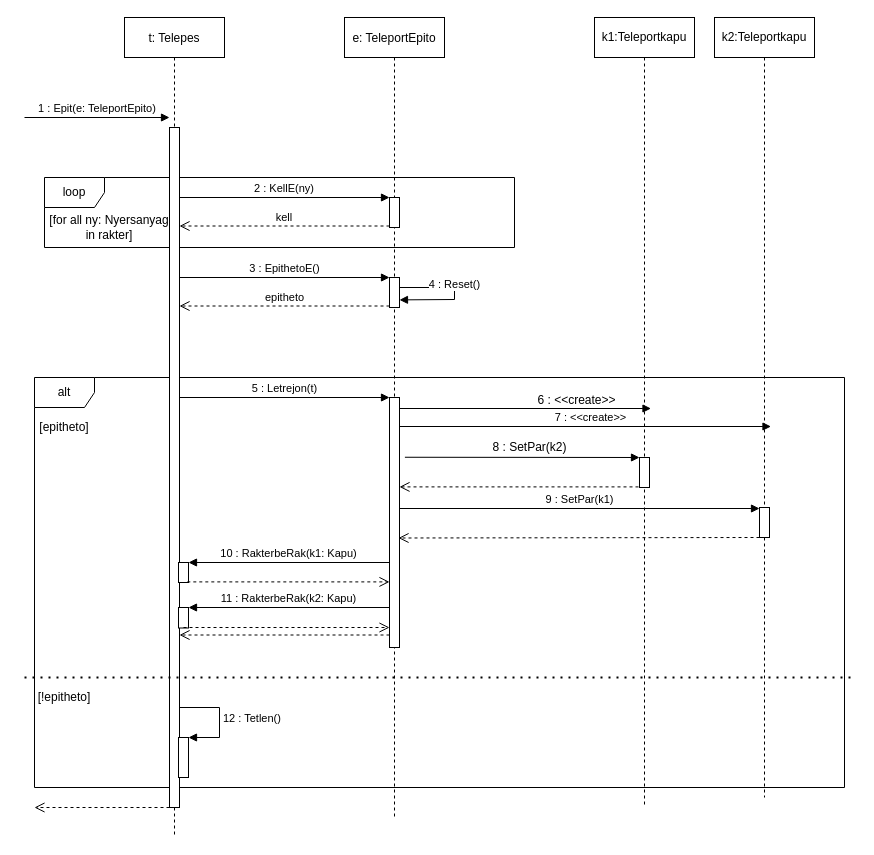
The draw.io diagram page "Page-1" (1 of 2) of doc/uml/szekvencia_teleportEpit.drawio in torpeBoiGo/aszteroidabanyaszat, before the edit. Source tidied: cells renumbered, new cells numbered last; positions are measured from the earlier drawing's top-left corner, leaving out a move shared by most shapes. Both pictures are drawn from the tidied source at 100%, with x=0, y=0 at pixel (24, 17).
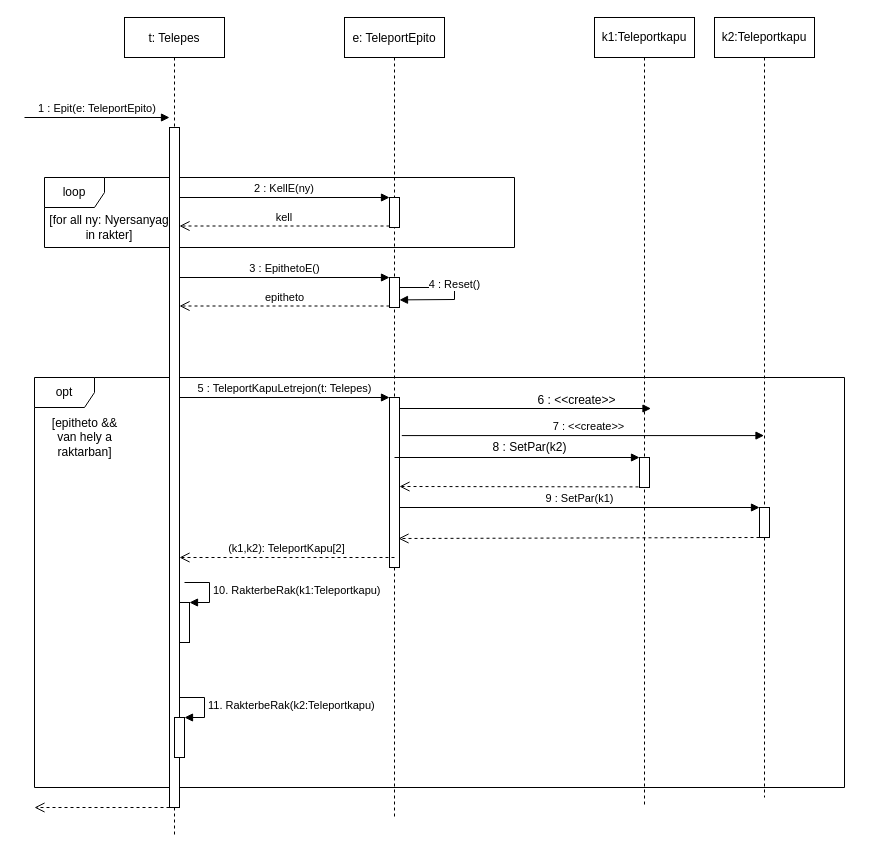
Above is the later version.

Commit message (it also covers changes not shown here):
Update szekvencia_teleportEpit.drawio: teleportkapuletrejon(), tetlen torlese

The change refers to these unchanged cells:
```xml
<mxCell id="5" value="t: Telepes" style="shape=umlLifeline;perimeter=lifelinePerimeter;rounded=0;shadow=0;strokeWidth=1;" parent="1" vertex="1">
  <mxGeometry x="100" width="100" height="820" as="geometry" />
</mxCell>
<mxCell id="6" style="html=1;points=[];perimeter=orthogonalPerimeter;" parent="5" vertex="1">
  <mxGeometry x="45" y="110" width="10" height="680" as="geometry" />
</mxCell>
<mxCell id="11" value="e: TeleportEpito" style="shape=umlLifeline;perimeter=lifelinePerimeter;rounded=0;shadow=0;strokeWidth=1;" parent="1" vertex="1">
  <mxGeometry x="320" width="100" height="800" as="geometry" />
</mxCell>
<mxCell id="29" style="html=1;points=[];perimeter=orthogonalPerimeter;" parent="28" vertex="1">
  <mxGeometry x="45" y="440" width="10" height="30" as="geometry" />
</mxCell>
<mxCell id="30" value="k2:Teleportkapu" style="shape=umlLifeline;perimeter=lifelinePerimeter;whiteSpace=wrap;html=1;outlineConnect=0;" parent="1" vertex="1">
  <mxGeometry x="690" width="100" height="780" as="geometry" />
</mxCell>
<mxCell id="40" style="html=1;points=[];perimeter=orthogonalPerimeter;" parent="1" vertex="1">
  <mxGeometry x="735" y="490" width="10" height="30" as="geometry" />
</mxCell>
```

Diff of the diagram source:
```diff
@@
-    <mxCell id="2" value="alt" style="shape=umlFrame;whiteSpace=wrap;html=1;" parent="1" vertex="1">
+    <mxCell id="2" value="opt" style="shape=umlFrame;whiteSpace=wrap;html=1;" parent="1" vertex="1">
       <mxGeometry x="10" y="360" width="810" height="410" as="geometry" />
     </mxCell>
@@
-    <mxCell id="7" style="html=1;points=[];perimeter=orthogonalPerimeter;" parent="5" vertex="1">
-      <mxGeometry x="54" y="720" width="10" height="40" as="geometry" />
-    </mxCell>
-    <mxCell id="8" value="12 : Tetlen()" style="edgeStyle=orthogonalEdgeStyle;html=1;align=left;spacingLeft=2;endArrow=block;rounded=0;entryX=1;entryY=0;" parent="5" edge="1" source="6" target="7">
-      <mxGeometry relative="1" as="geometry">
-        <Array as="points">
-          <mxPoint x="95" y="690" />
-          <mxPoint x="95" y="720" />
-        </Array>
-      </mxGeometry>
-    </mxCell>
-    <mxCell id="9" style="html=1;points=[];perimeter=orthogonalPerimeter;" parent="5" vertex="1">
-      <mxGeometry x="54" y="590" width="10" height="20.5" as="geometry" />
-    </mxCell>
-    <mxCell id="10" style="html=1;points=[];perimeter=orthogonalPerimeter;" parent="5" vertex="1">
-      <mxGeometry x="54" y="545" width="10" height="20" as="geometry" />
-    </mxCell>
+    <mxCell id="43" style="html=1;points=[];perimeter=orthogonalPerimeter;" parent="5" vertex="1">
+      <mxGeometry x="55" y="585" width="10" height="40" as="geometry" />
+    </mxCell>
+    <mxCell id="44" value="10. RakterbeRak(k1:Teleportkapu)" style="edgeStyle=orthogonalEdgeStyle;html=1;align=left;spacingLeft=2;endArrow=block;rounded=0;entryX=1;entryY=0;" parent="5" edge="1" target="43">
+      <mxGeometry relative="1" as="geometry">
+        <mxPoint x="60" y="565" as="sourcePoint" />
+        <Array as="points">
+          <mxPoint x="85" y="565" />
+        </Array>
+      </mxGeometry>
+    </mxCell>
+    <mxCell id="45" style="html=1;points=[];perimeter=orthogonalPerimeter;" parent="5" vertex="1">
+      <mxGeometry x="50" y="700" width="10" height="40" as="geometry" />
+    </mxCell>
+    <mxCell id="46" value="11. RakterbeRak(k2:Teleportkapu)" style="edgeStyle=orthogonalEdgeStyle;html=1;align=left;spacingLeft=2;endArrow=block;rounded=0;entryX=1;entryY=0;" parent="5" edge="1" target="45">
+      <mxGeometry relative="1" as="geometry">
+        <mxPoint x="55" y="680" as="sourcePoint" />
+        <Array as="points">
+          <mxPoint x="80" y="680" />
+        </Array>
+      </mxGeometry>
+    </mxCell>
@@
     <mxCell id="14" style="html=1;points=[];perimeter=orthogonalPerimeter;" parent="11" vertex="1">
-      <mxGeometry x="45" y="380" width="10" height="250" as="geometry" />
+      <mxGeometry x="45" y="380" width="10" height="170" as="geometry" />
     </mxCell>
@@
-    <mxCell id="18" value="[epitheto]" style="text;html=1;strokeColor=none;fillColor=none;align=center;verticalAlign=middle;whiteSpace=wrap;rounded=0;" parent="1" vertex="1">
-      <mxGeometry x="20" y="400" width="40" height="20" as="geometry" />
+    <mxCell id="18" value="[epitheto &amp;amp;&amp;amp; van hely a raktarban]" style="text;html=1;strokeColor=none;fillColor=none;align=center;verticalAlign=middle;whiteSpace=wrap;rounded=0;" parent="1" vertex="1">
+      <mxGeometry x="20" y="410" width="81" height="20" as="geometry" />
     </mxCell>
@@
-    <mxCell id="22" style="endArrow=none;dashed=1;html=1;dashPattern=1 3;strokeWidth=2;" parent="1" edge="1">
-      <mxGeometry relative="1" as="geometry">
-        <mxPoint y="660" as="sourcePoint" />
-        <mxPoint x="830" y="660" as="targetPoint" />
-      </mxGeometry>
-    </mxCell>
-    <mxCell id="23" value="[!epitheto]" style="text;html=1;strokeColor=none;fillColor=none;align=center;verticalAlign=middle;whiteSpace=wrap;rounded=0;" parent="1" vertex="1">
-      <mxGeometry x="20" y="670" width="40" height="20" as="geometry" />
-    </mxCell>
-    <mxCell id="24" value="5 : Letrejon(t)" style="html=1;verticalAlign=bottom;endArrow=block;entryX=0;entryY=0;" parent="1" edge="1" source="6" target="14">
+    <mxCell id="24" value="5 : TeleportKapuLetrejon(t: Telepes)" style="html=1;verticalAlign=bottom;endArrow=block;entryX=0;entryY=0;" parent="1" edge="1" source="6" target="14">
       <mxGeometry relative="1" as="geometry" />
     </mxCell>
-    <mxCell id="25" style="html=1;verticalAlign=bottom;endArrow=open;dashed=1;endSize=8;exitX=0;exitY=0.95;" parent="1" edge="1" source="14" target="6">
-      <mxGeometry relative="1" as="geometry" />
-    </mxCell>
-    <mxCell id="26" value="11 : RakterbeRak(k2: Kapu)" style="html=1;verticalAlign=bottom;endArrow=block;" parent="1" edge="1" source="14" target="9">
-      <mxGeometry relative="1" as="geometry" />
-    </mxCell>
-    <mxCell id="27" style="html=1;verticalAlign=bottom;endArrow=open;dashed=1;endSize=8;" parent="1" edge="1" target="14">
-      <mxGeometry relative="1" as="geometry">
-        <mxPoint x="159" y="610" as="sourcePoint" />
-      </mxGeometry>
-    </mxCell>
@@
-    <mxCell id="31" value="10 : RakterbeRak(k1: Kapu)" style="html=1;verticalAlign=bottom;endArrow=block;" parent="1" edge="1" source="14" target="10">
-      <mxGeometry relative="1" as="geometry" />
-    </mxCell>
-    <mxCell id="32" style="html=1;verticalAlign=bottom;endArrow=block;exitX=1.54;exitY=0.239;exitDx=0;exitDy=0;exitPerimeter=0;" parent="1" edge="1" source="14" target="29">
-      <mxGeometry x="0.08" y="10" relative="1" as="geometry" />
+    <mxCell id="32" style="html=1;verticalAlign=bottom;endArrow=block;" parent="1" edge="1" target="29">
+      <mxGeometry x="0.08" y="10" relative="1" as="geometry">
+        <mxPoint x="370" y="440" as="sourcePoint" />
+      </mxGeometry>
     </mxCell>
-    <mxCell id="33" value="9 : SetPar(k1)" style="html=1;verticalAlign=bottom;endArrow=block;exitX=0.98;exitY=0.444;exitDx=0;exitDy=0;exitPerimeter=0;" parent="1" edge="1" source="14" target="40">
+    <mxCell id="33" value="9 : SetPar(k1)" style="html=1;verticalAlign=bottom;endArrow=block;" parent="1" edge="1" source="14" target="40">
       <mxGeometry relative="1" as="geometry" />
     </mxCell>
@@
-    <mxCell id="37" value="7 : &amp;lt;&amp;lt;create&amp;gt;&amp;gt;" style="html=1;verticalAlign=bottom;endArrow=block;" parent="1" edge="1" source="14">
-      <mxGeometry x="0.03" relative="1" as="geometry">
-        <mxPoint x="746.5" y="409" as="targetPoint" />
-      </mxGeometry>
+    <mxCell id="37" value="7 : &amp;lt;&amp;lt;create&amp;gt;&amp;gt;" style="html=1;verticalAlign=bottom;endArrow=block;exitX=1.233;exitY=0.224;exitDx=0;exitDy=0;exitPerimeter=0;" parent="1" edge="1" source="14" target="30">
+      <mxGeometry x="0.03" relative="1" as="geometry" />
     </mxCell>
@@
-    <mxCell id="39" style="html=1;verticalAlign=bottom;endArrow=open;dashed=1;endSize=8;exitX=-0.1;exitY=0.98;exitDx=0;exitDy=0;exitPerimeter=0;" parent="1" edge="1" source="29" target="14">
-      <mxGeometry relative="1" as="geometry" />
+    <mxCell id="39" style="html=1;verticalAlign=bottom;endArrow=open;dashed=1;endSize=8;exitX=-0.1;exitY=0.98;exitDx=0;exitDy=0;exitPerimeter=0;" parent="1" edge="1" source="29">
+      <mxGeometry relative="1" as="geometry">
+        <mxPoint x="375" y="469" as="targetPoint" />
+      </mxGeometry>
     </mxCell>
@@
-    <mxCell id="41" style="html=1;verticalAlign=bottom;endArrow=open;dashed=1;endSize=8;entryX=0.9;entryY=0.562;entryDx=0;entryDy=0;entryPerimeter=0;" parent="1" edge="1" source="40" target="14">
-      <mxGeometry relative="1" as="geometry" />
+    <mxCell id="41" style="html=1;verticalAlign=bottom;endArrow=open;dashed=1;endSize=8;" parent="1" edge="1" source="40">
+      <mxGeometry relative="1" as="geometry">
+        <mxPoint x="374" y="521" as="targetPoint" />
+      </mxGeometry>
     </mxCell>
-    <mxCell id="42" style="html=1;verticalAlign=bottom;endArrow=open;dashed=1;endSize=8;exitX=0.88;exitY=0.97;exitDx=0;exitDy=0;exitPerimeter=0;" parent="1" edge="1" source="10" target="14">
-      <mxGeometry relative="1" as="geometry" />
-    </mxCell>
+    <mxCell id="47" value="(k1,k2): TeleportKapu[2]" style="html=1;verticalAlign=bottom;endArrow=open;dashed=1;endSize=8;" parent="1" edge="1" target="6">
+      <mxGeometry relative="1" as="geometry">
+        <mxPoint x="370" y="540" as="sourcePoint" />
+      </mxGeometry>
+    </mxCell>
```
